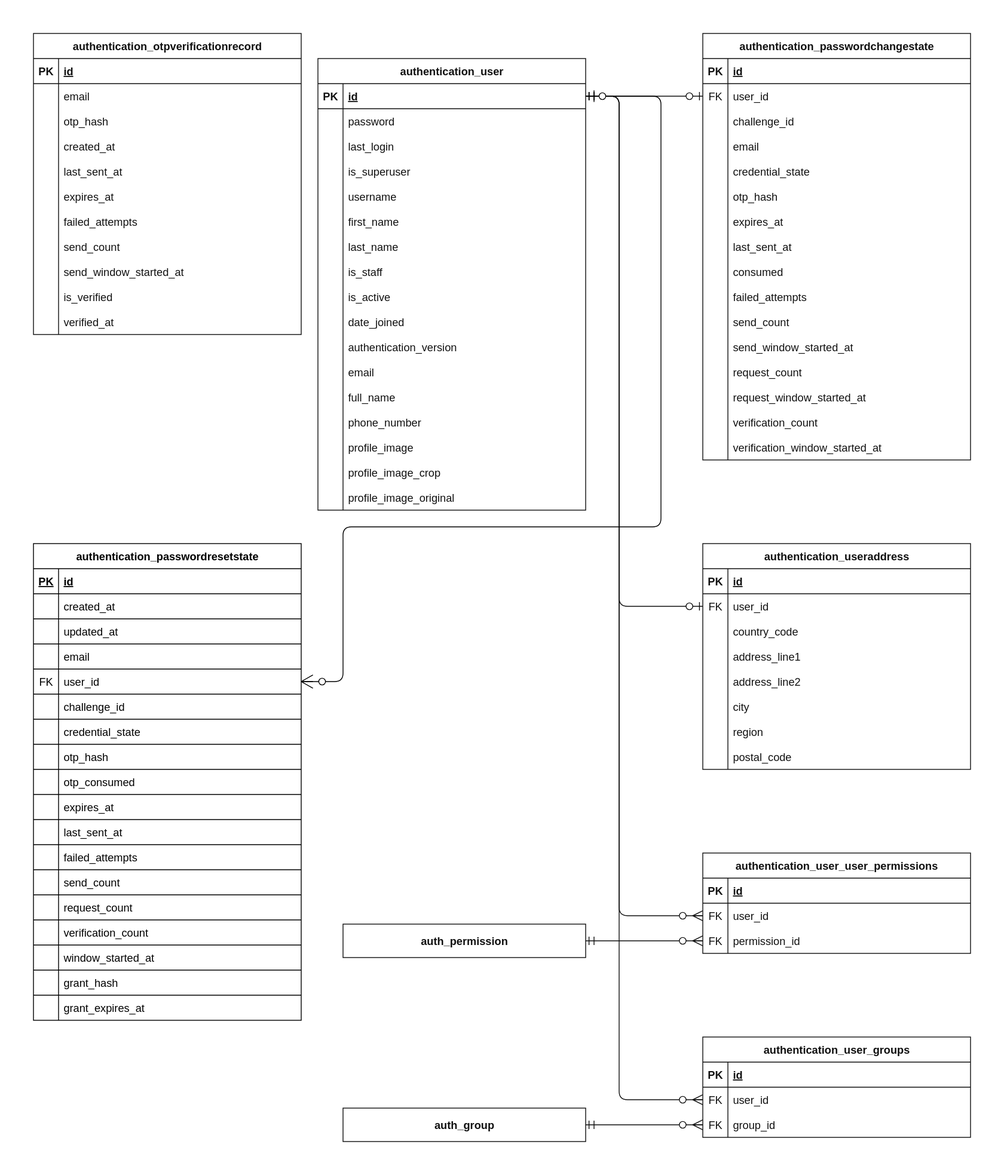
RHILIUS/E-Commerce-API keeps this draw.io diagram as docs/erd/diagrams/authentication.drawio.svg. Above is the earlier version. Source tidied: cells renumbered, new cells last; positions are measured from the earlier drawing's top-left corner, leaving out a move shared by most shapes.
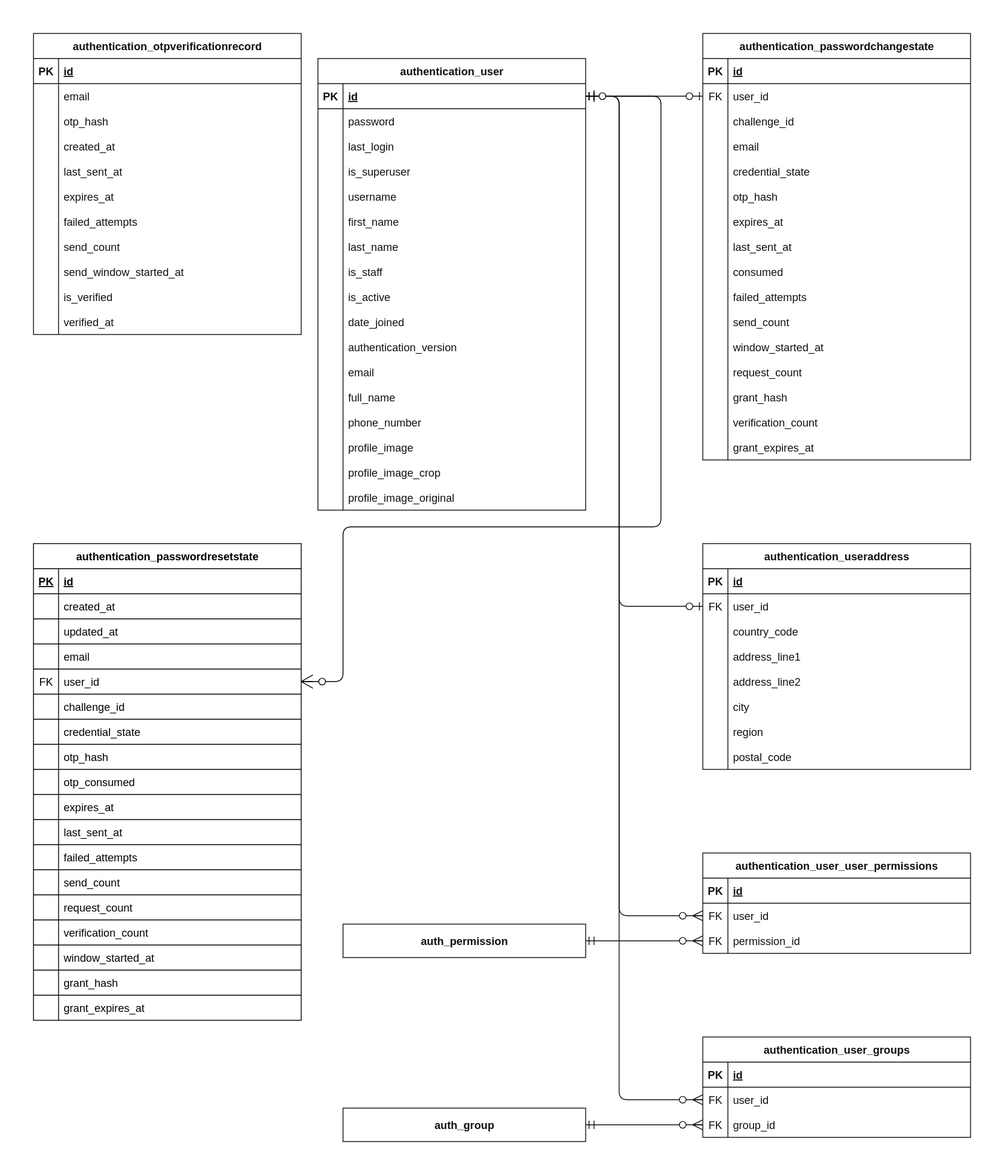
The same diagram one commit later.

Diff of the diagram source:
```diff
@@ -440,12 +440,12 @@
     <mxCell id="147" style="shape=tableRow;horizontal=0;startSize=0;swimlaneHead=0;swimlaneBody=0;fillColor=none;top=0;left=0;right=0;bottom=0;fontSize=13;fontFamily=Helvetica;" parent="113" vertex="1">
       <mxGeometry y="360" width="320" height="30" as="geometry" />
     </mxCell>
-    <mxCell id="148" style="shape=partialRectangle;fillColor=none;top=0;left=0;bottom=0;right=0;overflow=hidden;whiteSpace=wrap;html=1;fontSize=13;fontFamily=Helvetica;" parent="147" vertex="1">
-      <mxGeometry width="30" height="30" as="geometry" />
-    </mxCell>
-    <mxCell id="149" value="send_window_started_at" style="shape=partialRectangle;fillColor=none;top=0;left=0;bottom=0;right=0;overflow=hidden;whiteSpace=wrap;html=1;align=left;spacingLeft=6;fontSize=13;fontFamily=Helvetica;" parent="147" vertex="1">
-      <mxGeometry x="30" width="290" height="30" as="geometry" />
-    </mxCell>
+    <mxCell id="246" style="shape=partialRectangle;fillColor=none;top=0;left=0;bottom=0;right=0;overflow=hidden;whiteSpace=wrap;html=1;fontSize=13;fontFamily=Helvetica;" parent="147" vertex="1">
+      <mxGeometry width="30" height="30" as="geometry" />
+    </mxCell>
+    <mxCell id="247" value="window_started_at" style="shape=partialRectangle;fillColor=none;top=0;left=0;bottom=0;right=0;overflow=hidden;whiteSpace=wrap;html=1;align=left;spacingLeft=6;fontSize=13;fontFamily=Helvetica;" parent="147" vertex="1">
+      <mxGeometry x="30" width="290" height="30" as="geometry" />
+    </mxCell>
     <mxCell id="150" style="shape=tableRow;horizontal=0;startSize=0;swimlaneHead=0;swimlaneBody=0;fillColor=none;top=0;left=0;right=0;bottom=0;fontSize=13;fontFamily=Helvetica;" parent="113" vertex="1">
       <mxGeometry y="390" width="320" height="30" as="geometry" />
     </mxCell>
@@ -458,12 +458,12 @@
     <mxCell id="153" style="shape=tableRow;horizontal=0;startSize=0;swimlaneHead=0;swimlaneBody=0;fillColor=none;top=0;left=0;right=0;bottom=0;fontSize=13;fontFamily=Helvetica;" parent="113" vertex="1">
       <mxGeometry y="420" width="320" height="30" as="geometry" />
     </mxCell>
-    <mxCell id="154" style="shape=partialRectangle;fillColor=none;top=0;left=0;bottom=0;right=0;overflow=hidden;whiteSpace=wrap;html=1;fontSize=13;fontFamily=Helvetica;" parent="153" vertex="1">
-      <mxGeometry width="30" height="30" as="geometry" />
-    </mxCell>
-    <mxCell id="155" value="request_window_started_at" style="shape=partialRectangle;fillColor=none;top=0;left=0;bottom=0;right=0;overflow=hidden;whiteSpace=wrap;html=1;align=left;spacingLeft=6;fontSize=13;fontFamily=Helvetica;" parent="153" vertex="1">
-      <mxGeometry x="30" width="290" height="30" as="geometry" />
-    </mxCell>
+    <mxCell id="248" style="shape=partialRectangle;fillColor=none;top=0;left=0;bottom=0;right=0;overflow=hidden;whiteSpace=wrap;html=1;fontSize=13;fontFamily=Helvetica;" parent="153" vertex="1">
+      <mxGeometry width="30" height="30" as="geometry" />
+    </mxCell>
+    <mxCell id="249" value="grant_hash" style="shape=partialRectangle;fillColor=none;top=0;left=0;bottom=0;right=0;overflow=hidden;whiteSpace=wrap;html=1;align=left;spacingLeft=6;fontSize=13;fontFamily=Helvetica;" parent="153" vertex="1">
+      <mxGeometry x="30" width="290" height="30" as="geometry" />
+    </mxCell>
     <mxCell id="156" style="shape=tableRow;horizontal=0;startSize=0;swimlaneHead=0;swimlaneBody=0;fillColor=none;top=0;left=0;right=0;bottom=0;fontSize=13;fontFamily=Helvetica;" parent="113" vertex="1">
       <mxGeometry y="450" width="320" height="30" as="geometry" />
     </mxCell>
@@ -476,12 +476,12 @@
     <mxCell id="159" style="shape=tableRow;horizontal=0;startSize=0;swimlaneHead=0;swimlaneBody=0;fillColor=none;top=0;left=0;right=0;bottom=0;fontSize=13;fontFamily=Helvetica;" parent="113" vertex="1">
       <mxGeometry y="480" width="320" height="30" as="geometry" />
     </mxCell>
-    <mxCell id="160" style="shape=partialRectangle;fillColor=none;top=0;left=0;bottom=0;right=0;overflow=hidden;whiteSpace=wrap;html=1;fontSize=13;fontFamily=Helvetica;" parent="159" vertex="1">
-      <mxGeometry width="30" height="30" as="geometry" />
-    </mxCell>
-    <mxCell id="161" value="verification_window_started_at" style="shape=partialRectangle;fillColor=none;top=0;left=0;bottom=0;right=0;overflow=hidden;whiteSpace=wrap;html=1;align=left;spacingLeft=6;fontSize=13;fontFamily=Helvetica;" parent="159" vertex="1">
-      <mxGeometry x="30" width="290" height="30" as="geometry" />
-    </mxCell>
+    <mxCell id="250" style="shape=partialRectangle;fillColor=none;top=0;left=0;bottom=0;right=0;overflow=hidden;whiteSpace=wrap;html=1;fontSize=13;fontFamily=Helvetica;" parent="159" vertex="1">
+      <mxGeometry width="30" height="30" as="geometry" />
+    </mxCell>
+    <mxCell id="251" value="grant_expires_at" style="shape=partialRectangle;fillColor=none;top=0;left=0;bottom=0;right=0;overflow=hidden;whiteSpace=wrap;html=1;align=left;spacingLeft=6;fontSize=13;fontFamily=Helvetica;" parent="159" vertex="1">
+      <mxGeometry x="30" width="290" height="30" as="geometry" />
+    </mxCell>
     <mxCell id="162" value="authentication_user_groups" style="shape=table;startSize=30;rowLines=0;fontStyle=1;align=center;html=1;fontSize=13;fontFamily=Helvetica;" parent="1" vertex="1">
       <mxGeometry x="800" y="1200" width="320" height="120" as="geometry" />
     </mxCell>
```
